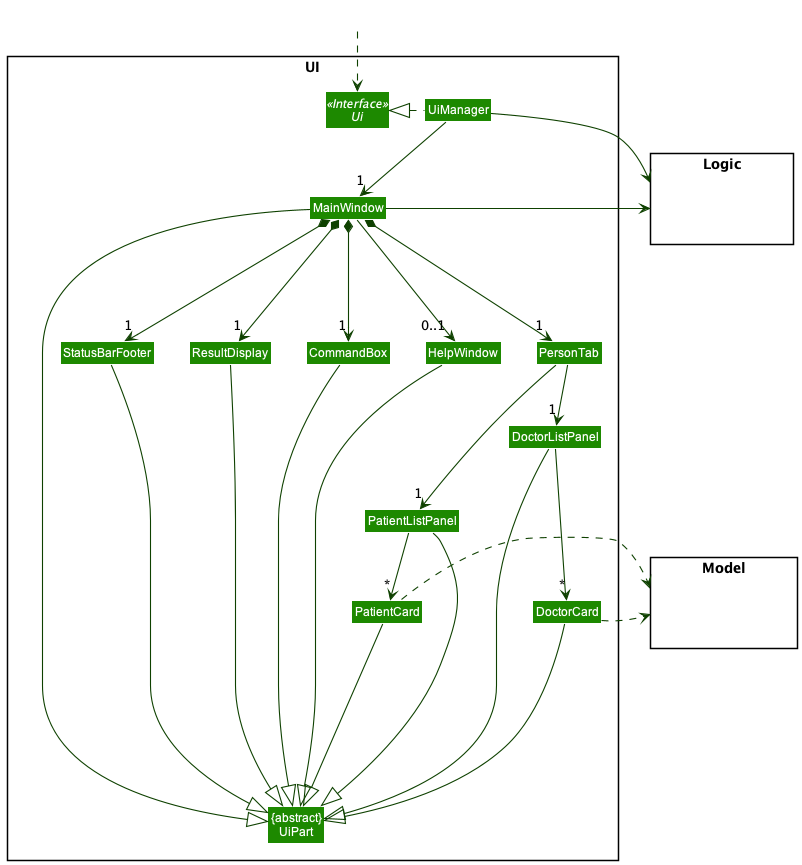
This is docs/images/UiClassDiagram.png from nus-cs2103-AY2122S1/tp, a PlantUML export, as it was before one commit.
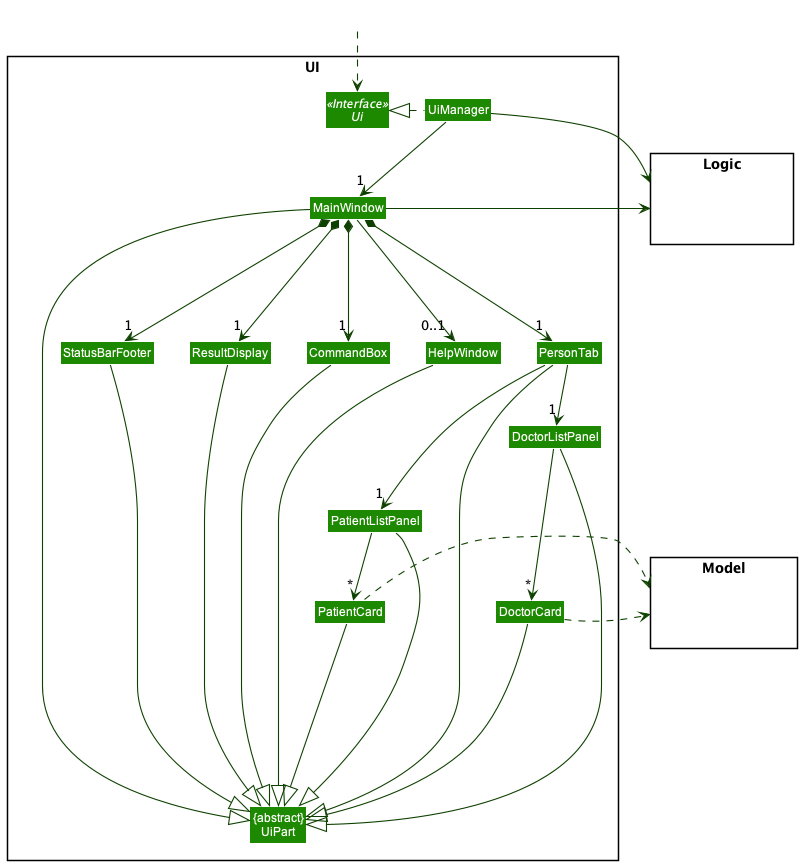
The same file after the commit.

Commit message:
Add missing diagram arrow

Diff of the diagram source:
```diff
@@ -49,6 +49,7 @@
 
 ResultDisplay ----|> UiPart
 CommandBox ----|> UiPart
+PersonTab ----|> UiPart
 PatientListPanel ----|> UiPart
 DoctorListPanel ----|> UiPart
 PatientCard ----|> UiPart
```
